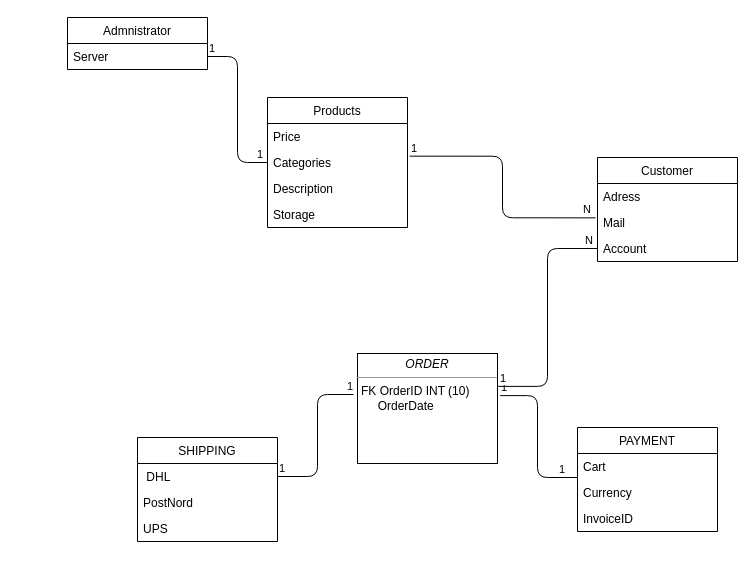
Before: Namnlöst diagram.drawio in TechWithRyan/Webbshop, a draw.io diagram. Source tidied: cells renumbered, new cells numbered last; positions are measured from the earlier drawing's top-left corner, leaving out a move shared by most shapes. Both pictures are drawn from the tidied source at 100%, with x=0, y=0 at pixel (67, 17).
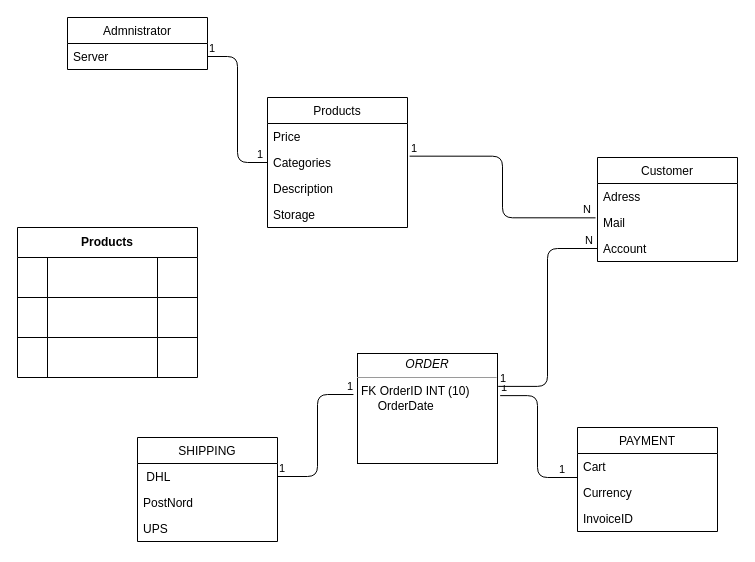
The same diagram, later.

Diff of the diagram source:
```diff
@@
+    <mxCell id="37" value="Products" style="shape=table;html=1;whiteSpace=wrap;startSize=30;childLayout=tableLayout;fontStyle=1;align=center;" parent="1" vertex="1">
+      <mxGeometry x="-50" y="210" width="180" height="150" as="geometry" />
+    </mxCell>
+    <mxCell id="38" style="shape=partialRectangle;html=1;whiteSpace=wrap;fillColor=none;top=0;left=0;bottom=0;right=0;" parent="37" vertex="1">
+      <mxGeometry y="30" width="180" height="40" as="geometry" />
+    </mxCell>
+    <mxCell id="39" style="shape=partialRectangle;html=1;whiteSpace=wrap;fillColor=none;top=0;left=0;bottom=0;right=0;overflow=hidden;" parent="38" vertex="1">
+      <mxGeometry width="30" height="40" as="geometry" />
+    </mxCell>
+    <mxCell id="40" style="shape=partialRectangle;html=1;whiteSpace=wrap;fillColor=none;top=0;left=0;bottom=0;right=0;overflow=hidden;" parent="38" vertex="1">
+      <mxGeometry x="30" width="110" height="40" as="geometry" />
+    </mxCell>
+    <mxCell id="41" style="shape=partialRectangle;html=1;whiteSpace=wrap;fillColor=none;top=0;left=0;bottom=0;right=0;overflow=hidden;" parent="38" vertex="1">
+      <mxGeometry x="140" width="40" height="40" as="geometry" />
+    </mxCell>
+    <mxCell id="42" style="shape=partialRectangle;html=1;whiteSpace=wrap;fillColor=none;top=0;left=0;bottom=0;right=0;" parent="37" vertex="1">
+      <mxGeometry y="70" width="180" height="40" as="geometry" />
+    </mxCell>
+    <mxCell id="43" style="shape=partialRectangle;html=1;whiteSpace=wrap;fillColor=none;top=0;left=0;bottom=0;right=0;overflow=hidden;" parent="42" vertex="1">
+      <mxGeometry width="30" height="40" as="geometry" />
+    </mxCell>
+    <mxCell id="44" style="shape=partialRectangle;html=1;whiteSpace=wrap;fillColor=none;top=0;left=0;bottom=0;right=0;overflow=hidden;" parent="42" vertex="1">
+      <mxGeometry x="30" width="110" height="40" as="geometry" />
+    </mxCell>
+    <mxCell id="45" style="shape=partialRectangle;html=1;whiteSpace=wrap;fillColor=none;top=0;left=0;bottom=0;right=0;overflow=hidden;" parent="42" vertex="1">
+      <mxGeometry x="140" width="40" height="40" as="geometry" />
+    </mxCell>
+    <mxCell id="46" style="shape=partialRectangle;html=1;whiteSpace=wrap;fillColor=none;top=0;left=0;bottom=0;right=0;" parent="37" vertex="1">
+      <mxGeometry y="110" width="180" height="40" as="geometry" />
+    </mxCell>
+    <mxCell id="47" style="shape=partialRectangle;html=1;whiteSpace=wrap;fillColor=none;top=0;left=0;bottom=0;right=0;overflow=hidden;" parent="46" vertex="1">
+      <mxGeometry width="30" height="40" as="geometry" />
+    </mxCell>
+    <mxCell id="48" style="shape=partialRectangle;html=1;whiteSpace=wrap;fillColor=none;top=0;left=0;bottom=0;right=0;overflow=hidden;" parent="46" vertex="1">
+      <mxGeometry x="30" width="110" height="40" as="geometry" />
+    </mxCell>
+    <mxCell id="49" style="shape=partialRectangle;html=1;whiteSpace=wrap;fillColor=none;top=0;left=0;bottom=0;right=0;overflow=hidden;" parent="46" vertex="1">
+      <mxGeometry x="140" width="40" height="40" as="geometry" />
+    </mxCell>
```
